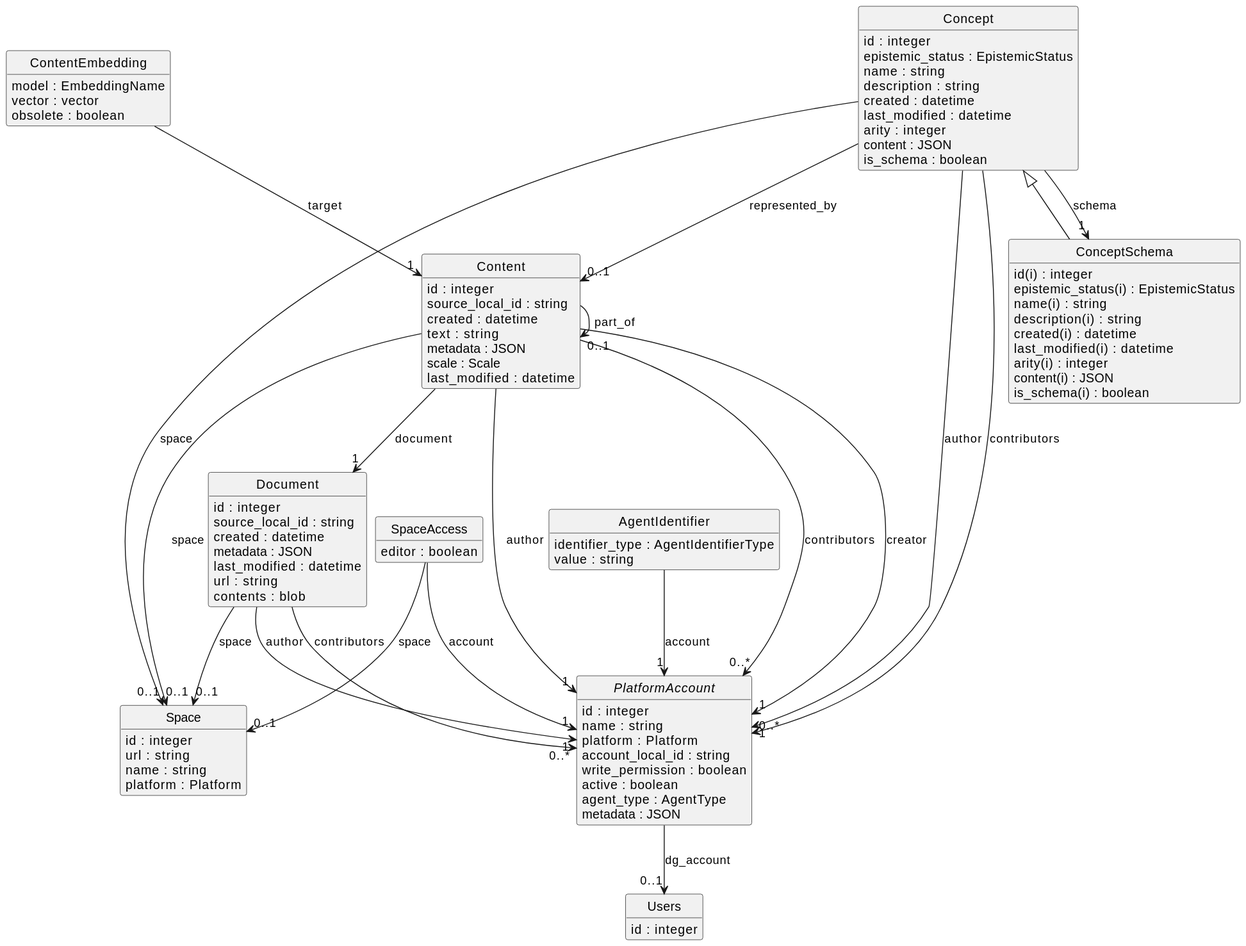
This is packages/database/schema.svg from DiscourseGraphs/discourse-graph, a PlantUML export, as it was before one commit.
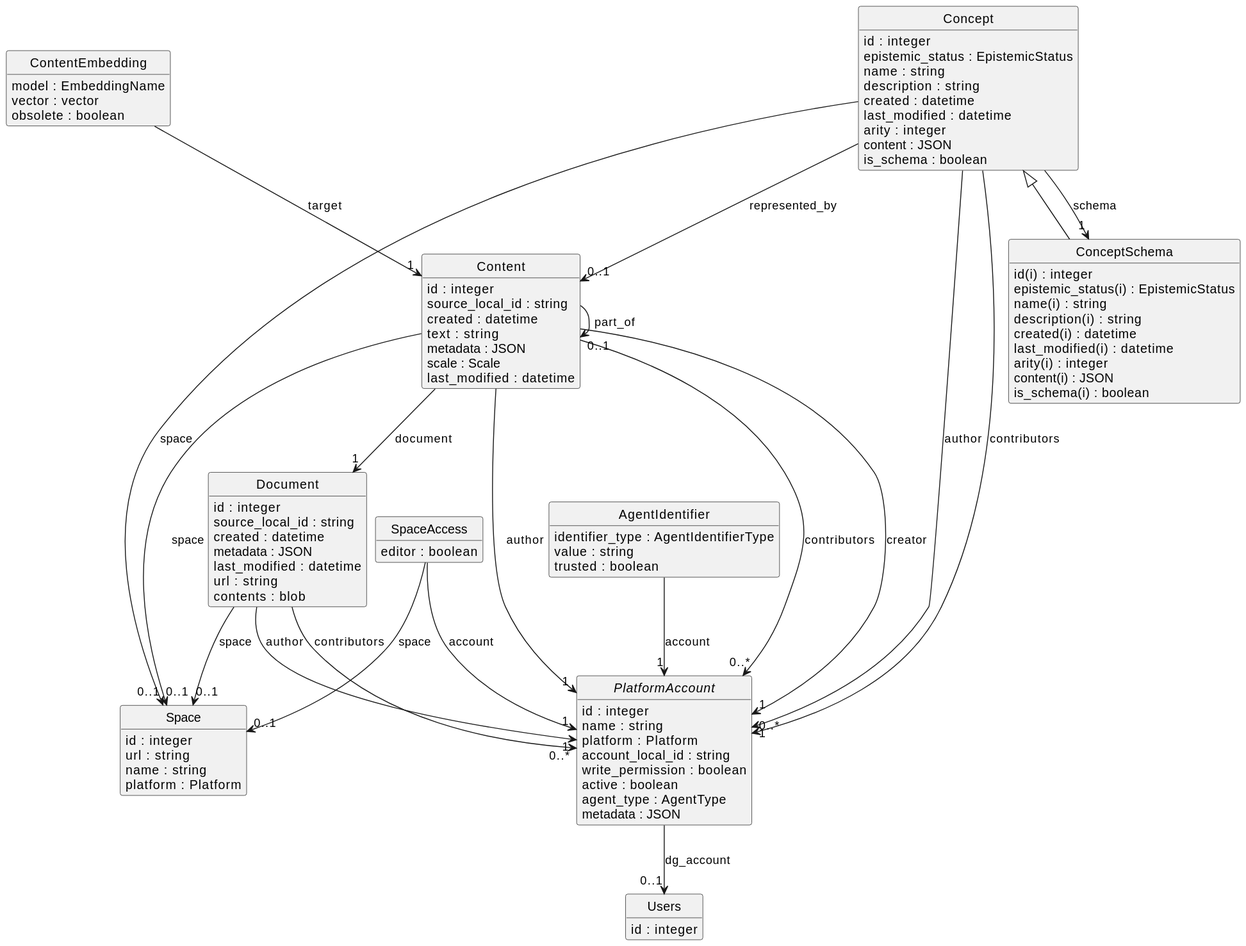
After the change.

Commit message:
add trusted column to AgentIdentifier

The edit, as a diff of the source:
```diff
@@ -62,6 +62,7 @@
 class "AgentIdentifier" [[{An identifying attribute associated with an agent, can be a basis for unification}]] {
     {field} identifier_type : AgentIdentifierType
     {field} value : string
+    {field} trusted : boolean
 }
 "AgentIdentifier" --> "1" "PlatformAccount" : "account"
 "Content" --> "1" "PlatformAccount" : "author"
```
